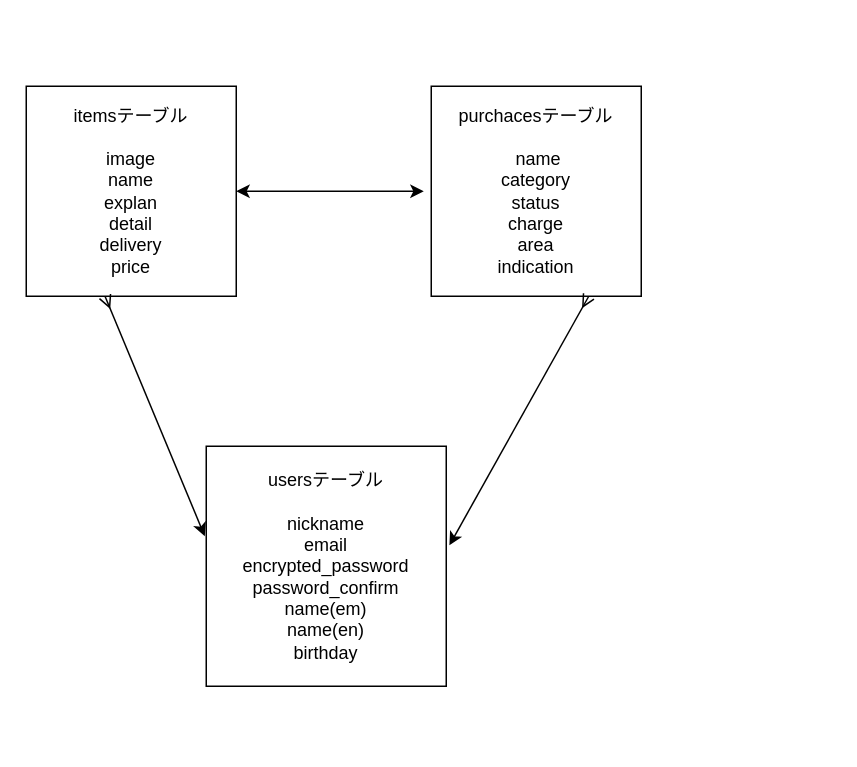
pochi13/furima-36385 keeps this draw.io diagram as ER.dio. Above is the earlier version. Source tidied: cells renumbered, new cells numbered last; positions are measured from the earlier drawing's top-left corner, leaving out a move shared by most shapes. Both pictures are drawn from the tidied source at 150%, with x=0, y=0 at pixel (26, 86).
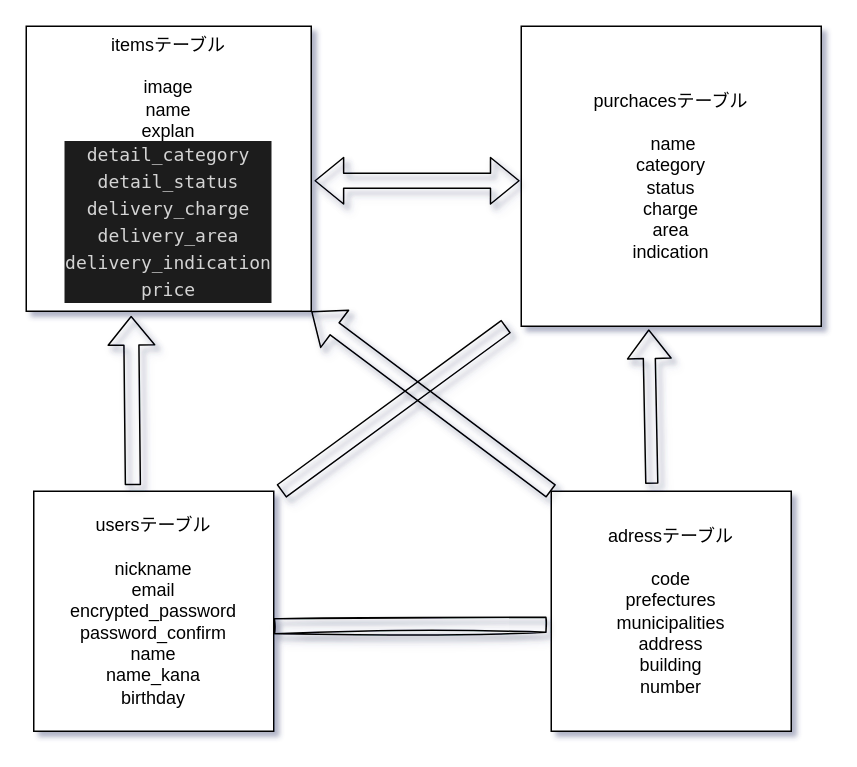
The same diagram, later.

What changed in the source:
```diff
@@
-<mxGraphModel>
+<mxGraphModel background="#ffffff" shadow="1">
   <root>
     <mxCell id="0" />
     <mxCell id="1" parent="0" />
-    <mxCell id="2" value="itemsテーブル&lt;br&gt;&lt;br&gt;image&lt;br&gt;name&lt;br&gt;explan&lt;br&gt;detail&lt;br&gt;delivery&lt;br&gt;price&lt;br&gt;" style="whiteSpace=wrap;html=1;" parent="1" vertex="1">
-      <mxGeometry width="140" height="140" as="geometry" />
+    <mxCell id="2" value="itemsテーブル&lt;br&gt;&lt;br&gt;image&lt;br&gt;name&lt;br&gt;explan&lt;br&gt;&lt;div style=&quot;color: rgb(212 , 212 , 212) ; background-color: rgb(30 , 30 , 30) ; font-family: &amp;#34;menlo&amp;#34; , &amp;#34;monaco&amp;#34; , &amp;#34;courier new&amp;#34; , monospace ; line-height: 18px&quot;&gt;detail_category&lt;/div&gt;&lt;div style=&quot;color: rgb(212 , 212 , 212) ; background-color: rgb(30 , 30 , 30) ; font-family: &amp;#34;menlo&amp;#34; , &amp;#34;monaco&amp;#34; , &amp;#34;courier new&amp;#34; , monospace ; line-height: 18px&quot;&gt;detail_status&lt;/div&gt;&lt;div style=&quot;color: rgb(212 , 212 , 212) ; background-color: rgb(30 , 30 , 30) ; font-family: &amp;#34;menlo&amp;#34; , &amp;#34;monaco&amp;#34; , &amp;#34;courier new&amp;#34; , monospace ; line-height: 18px&quot;&gt;&lt;div style=&quot;line-height: 18px&quot;&gt;delivery_charge&lt;/div&gt;&lt;div style=&quot;line-height: 18px&quot;&gt;&lt;div style=&quot;font-family: &amp;#34;menlo&amp;#34; , &amp;#34;monaco&amp;#34; , &amp;#34;courier new&amp;#34; , monospace ; line-height: 18px&quot;&gt;delivery_area&lt;/div&gt;&lt;div style=&quot;font-family: &amp;#34;menlo&amp;#34; , &amp;#34;monaco&amp;#34; , &amp;#34;courier new&amp;#34; , monospace ; line-height: 18px&quot;&gt;&lt;div style=&quot;line-height: 18px&quot;&gt;delivery_indication&lt;/div&gt;&lt;div style=&quot;line-height: 18px&quot;&gt;&lt;div style=&quot;line-height: 18px&quot;&gt;price&lt;/div&gt;&lt;/div&gt;&lt;/div&gt;&lt;/div&gt;&lt;/div&gt;" style="whiteSpace=wrap;html=1;" parent="1" vertex="1">
+      <mxGeometry y="-40" width="190" height="190" as="geometry" />
     </mxCell>
-    <mxCell id="3" value="usersテーブル&lt;br&gt;&lt;br&gt;nickname&lt;br&gt;email&lt;br&gt;encrypted_password&lt;br&gt;password_confirm&lt;br&gt;name(em)&lt;br&gt;name(en)&lt;br&gt;birthday" style="whiteSpace=wrap;html=1;" parent="1" vertex="1">
-      <mxGeometry x="120" y="240" width="160" height="160" as="geometry" />
+    <mxCell id="3" value="usersテーブル&lt;br&gt;&lt;br&gt;nickname&lt;br&gt;email&lt;br&gt;encrypted_password&lt;br&gt;password_confirm&lt;br&gt;name&lt;br&gt;name_kana&lt;br&gt;birthday" style="whiteSpace=wrap;html=1;" parent="1" vertex="1">
+      <mxGeometry x="5" y="270" width="160" height="160" as="geometry" />
     </mxCell>
     <mxCell id="4" value="purchacesテーブル&lt;br&gt;&lt;br&gt;&amp;nbsp;name&lt;br&gt;category&lt;br&gt;status&lt;br&gt;charge&lt;br&gt;area&lt;br&gt;indication" style="whiteSpace=wrap;html=1;" parent="1" vertex="1">
-      <mxGeometry x="270" width="140" height="140" as="geometry" />
+      <mxGeometry x="330" y="-40" width="200" height="200" as="geometry" />
     </mxCell>
-    <mxCell id="5" style="endArrow=classic;startArrow=ERmany;html=1;entryX=-0.006;entryY=0.375;entryDx=0;entryDy=0;entryPerimeter=0;exitX=0.375;exitY=1;exitDx=0;exitDy=0;exitPerimeter=0;sourcePerimeterSpacing=0;startFill=0;" parent="1" edge="1" source="2" target="3">
-      <mxGeometry relative="1" as="geometry" />
-    </mxCell>
-    <mxCell id="6" style="endArrow=classic;startArrow=ERmany;html=1;exitX=0.75;exitY=1;exitDx=0;exitDy=0;entryX=1.013;entryY=0.413;entryDx=0;entryDy=0;startFill=0;entryPerimeter=0;" parent="1" edge="1" source="4" target="3">
-      <mxGeometry relative="1" as="geometry" />
-    </mxCell>
-    <mxCell id="7" style="endArrow=classic;startArrow=classic;html=1;exitX=1;exitY=0.5;exitDx=0;exitDy=0;" parent="1" edge="1" source="2">
-      <mxGeometry relative="1" as="geometry">
-        <mxPoint x="265" y="70" as="targetPoint" />
-      </mxGeometry>
-    </mxCell>
+    <mxCell id="8" value="adressテーブル&lt;br&gt;&lt;br&gt;code&lt;br&gt;prefectures&lt;br&gt;municipalities&lt;br&gt;address&lt;br&gt;building&lt;br&gt;number" style="whiteSpace=wrap;html=1;" parent="1" vertex="1">
+      <mxGeometry x="350" y="270" width="160" height="160" as="geometry" />
+    </mxCell>
+    <mxCell id="9" style="shape=flexArrow;endArrow=classic;startArrow=classic;html=1;sourcePerimeterSpacing=0;width=0;endSize=5.67;entryX=-0.025;entryY=0.456;entryDx=0;entryDy=0;entryPerimeter=0;" parent="1" edge="1" target="8">
+      <mxGeometry relative="1" as="geometry">
+        <mxPoint x="170" y="340" as="sourcePoint" />
+      </mxGeometry>
+    </mxCell>
+    <mxCell id="10" style="shape=flexArrow;endArrow=none;startArrow=none;html=1;sourcePerimeterSpacing=0;entryX=-0.019;entryY=0.556;entryDx=0;entryDy=0;entryPerimeter=0;shadow=1;sketch=1;startFill=0;endFill=0;" parent="1" edge="1" target="8">
+      <mxGeometry relative="1" as="geometry">
+        <mxPoint x="165" y="360" as="sourcePoint" />
+      </mxGeometry>
+    </mxCell>
+    <mxCell id="11" style="shape=flexArrow;endArrow=block;startArrow=none;html=1;sourcePerimeterSpacing=0;entryX=0.368;entryY=1.016;entryDx=0;entryDy=0;entryPerimeter=0;exitX=0.413;exitY=-0.025;exitDx=0;exitDy=0;exitPerimeter=0;elbow=vertical;shadow=1;sketch=0;endFill=0;startFill=0;" parent="1" edge="1" source="3" target="2">
+      <mxGeometry relative="1" as="geometry" />
+    </mxCell>
+    <mxCell id="12" style="shape=flexArrow;endArrow=block;startArrow=none;html=1;shadow=1;sourcePerimeterSpacing=0;width=8;startSize=4.7;exitX=0.419;exitY=-0.031;exitDx=0;exitDy=0;exitPerimeter=0;entryX=0.425;entryY=1.01;entryDx=0;entryDy=0;entryPerimeter=0;startFill=0;endFill=0;" parent="1" edge="1" source="8" target="4">
+      <mxGeometry relative="1" as="geometry" />
+    </mxCell>
+    <mxCell id="13" style="endArrow=block;startArrow=block;html=1;shadow=1;sourcePerimeterSpacing=0;exitX=1.011;exitY=0.542;exitDx=0;exitDy=0;exitPerimeter=0;shape=flexArrow;endFill=0;" parent="1" edge="1" source="2">
+      <mxGeometry relative="1" as="geometry">
+        <mxPoint x="329" y="63" as="targetPoint" />
+      </mxGeometry>
+    </mxCell>
+    <mxCell id="14" style="shape=flexArrow;endArrow=none;startArrow=none;html=1;shadow=1;sourcePerimeterSpacing=0;startFill=0;endFill=0;" parent="1" edge="1">
+      <mxGeometry relative="1" as="geometry">
+        <mxPoint x="170" y="270" as="sourcePoint" />
+        <mxPoint x="320" y="160" as="targetPoint" />
+      </mxGeometry>
+    </mxCell>
+    <mxCell id="15" style="shape=flexArrow;endArrow=block;startArrow=none;html=1;shadow=1;sourcePerimeterSpacing=0;entryX=1;entryY=1;entryDx=0;entryDy=0;entryPerimeter=0;exitX=0;exitY=0;exitDx=0;exitDy=0;startFill=0;endFill=0;" parent="1" edge="1" source="8" target="2">
+      <mxGeometry relative="1" as="geometry" />
+    </mxCell>
   </root>
 </mxGraphModel>
```
